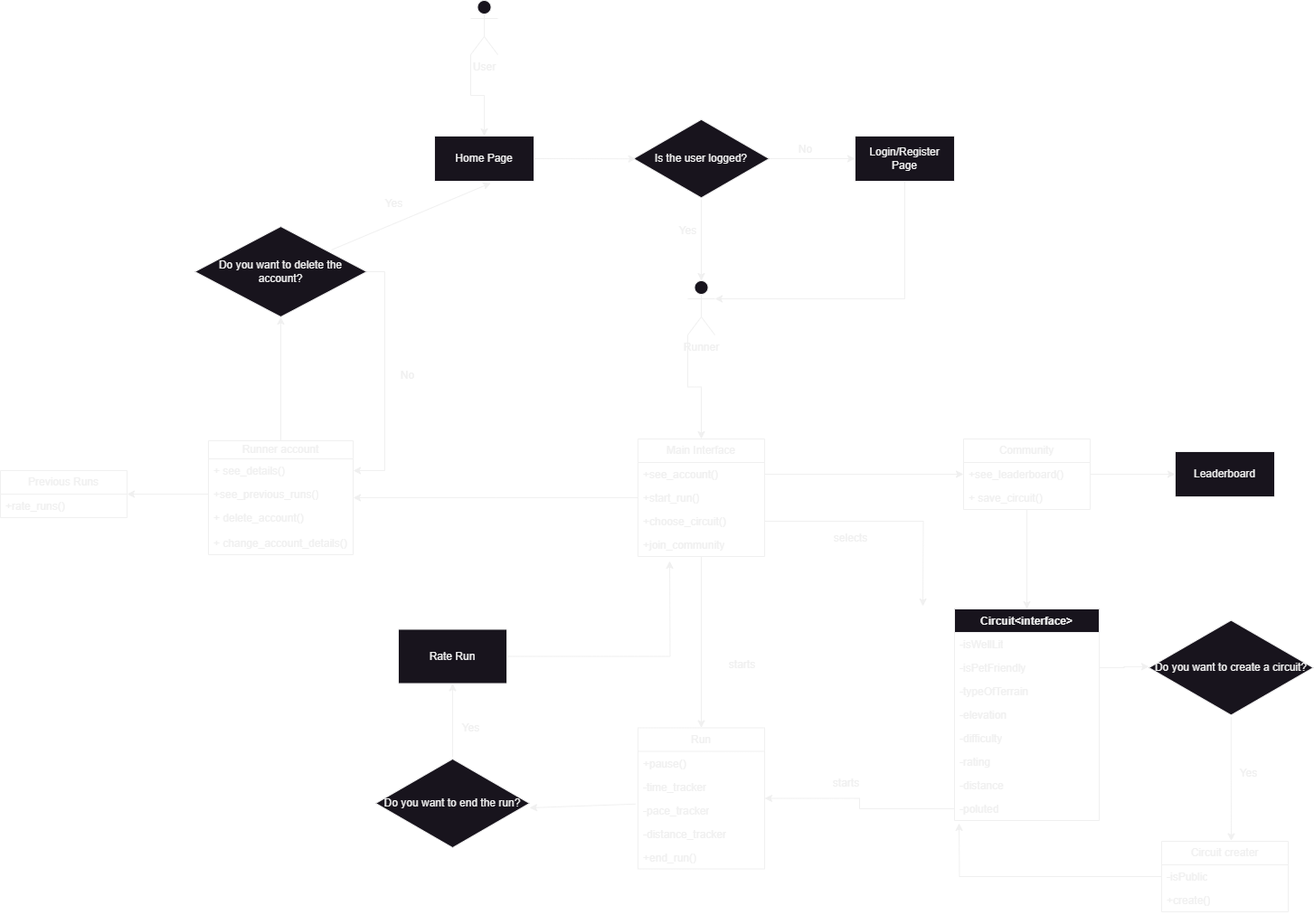
unibuc-cs/software-engineering-product-sprintify keeps this draw.io diagram as Diagrame/diagrama_UML.png. Above is the earlier version. Source tidied: cells renumbered, new cells last; positions are measured from the earlier drawing's top-left corner, leaving out a move shared by most shapes.
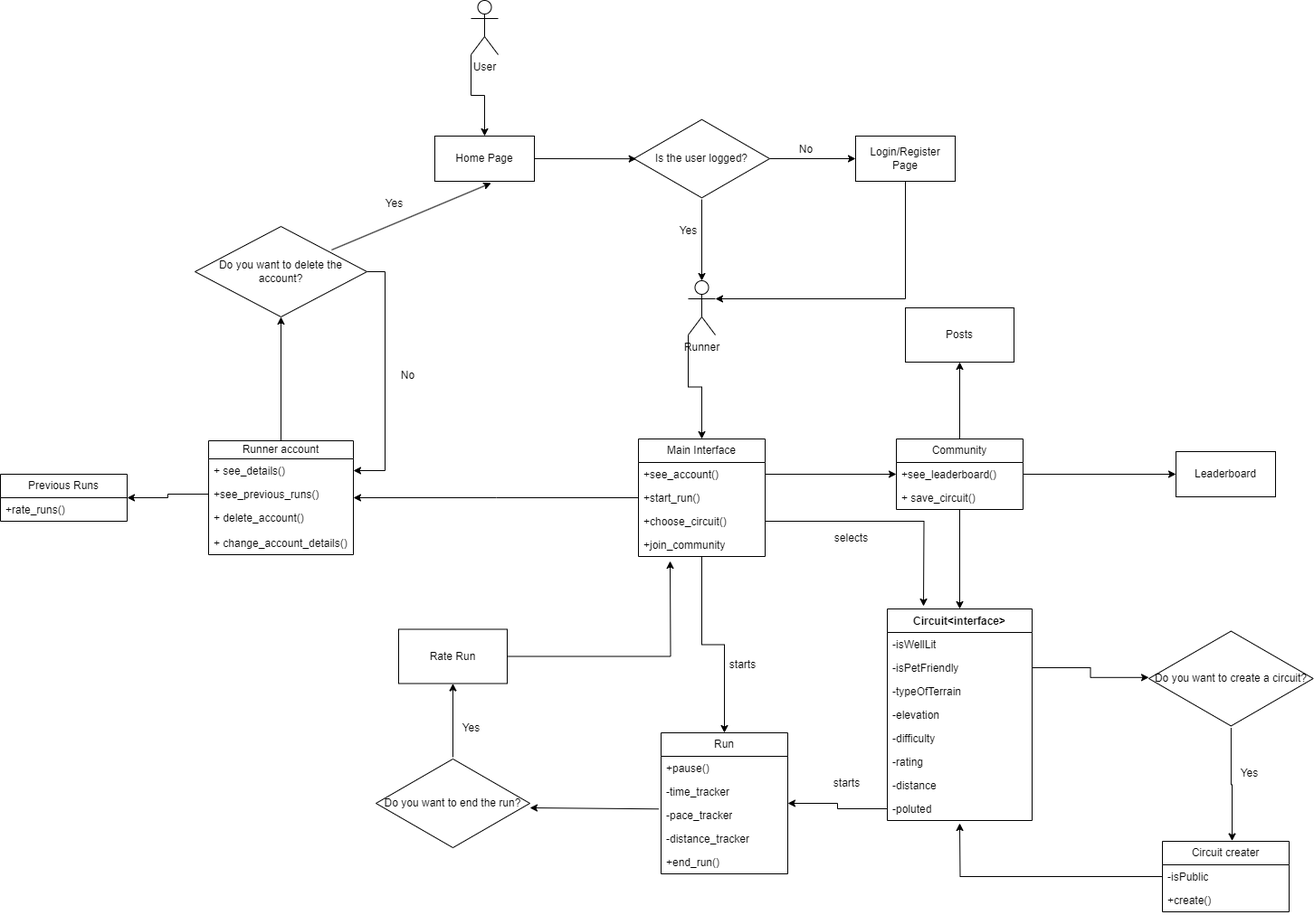
After the commit.

Diff of the diagram source:
```diff
@@ -82,7 +82,7 @@
       <mxGeometry y="104" width="140" height="26" as="geometry" />
     </mxCell>
     <mxCell id="27" value="Run" style="swimlane;fontStyle=0;horizontal=1;startSize=26;fillColor=none;whiteSpace=wrap;html=1;" parent="1" vertex="1">
-      <mxGeometry x="705" y="804.5" width="140" height="156" as="geometry" />
+      <mxGeometry x="730" y="810" width="140" height="156" as="geometry" />
     </mxCell>
     <mxCell id="28" value="+pause()" style="text;strokeColor=none;fillColor=none;align=left;verticalAlign=top;spacingLeft=4;spacingRight=4;overflow=hidden;whiteSpace=wrap;html=1;" parent="27" vertex="1">
       <mxGeometry y="26" width="140" height="26" as="geometry" />
@@ -100,7 +100,7 @@
       <mxGeometry y="130" width="140" height="26" as="geometry" />
     </mxCell>
     <mxCell id="33" value="Circuit&amp;lt;interface&amp;gt;" style="swimlane;fontStyle=1;align=center;verticalAlign=top;horizontal=1;startSize=26;whiteSpace=wrap;html=1;" parent="1" vertex="1">
-      <mxGeometry x="1055" y="673" width="160" height="234" as="geometry" />
+      <mxGeometry x="980" y="673" width="160" height="234" as="geometry" />
     </mxCell>
     <mxCell id="34" value="-isWellLit" style="text;strokeColor=none;fillColor=none;align=left;verticalAlign=top;spacingLeft=4;spacingRight=4;overflow=hidden;whiteSpace=wrap;html=1;" parent="33" vertex="1">
       <mxGeometry y="26" width="160" height="26" as="geometry" />
@@ -166,13 +166,13 @@
       <mxGeometry x="440" y="695.5" width="120" height="60" as="geometry" />
     </mxCell>
     <mxCell id="55" value="Previous Runs" style="swimlane;fontStyle=0;horizontal=1;startSize=26;fillColor=none;whiteSpace=wrap;html=1;" parent="1" vertex="1">
-      <mxGeometry y="520" width="140" height="52" as="geometry" />
+      <mxGeometry y="524" width="140" height="52" as="geometry" />
     </mxCell>
     <mxCell id="56" value="+rate_runs()" style="text;strokeColor=none;fillColor=none;align=left;verticalAlign=top;spacingLeft=4;spacingRight=4;overflow=hidden;whiteSpace=wrap;html=1;" parent="55" vertex="1">
       <mxGeometry y="26" width="140" height="26" as="geometry" />
     </mxCell>
     <mxCell id="57" value="Do you want to create a circuit?" style="html=1;whiteSpace=wrap;shape=isoRectangle;" parent="1" vertex="1">
-      <mxGeometry x="1270" y="683.5" width="181.7" height="109" as="geometry" />
+      <mxGeometry x="1269" y="695.5" width="181.7" height="109" as="geometry" />
     </mxCell>
     <mxCell id="58" style="edgeStyle=orthogonalEdgeStyle;rounded=0;jettySize=auto;html=1;" parent="1" edge="1" source="59">
       <mxGeometry relative="1" as="geometry">
@@ -194,8 +194,11 @@
     <mxCell id="63" style="edgeStyle=orthogonalEdgeStyle;rounded=0;jettySize=auto;html=1;entryX=0.5;entryY=0;entryDx=0;entryDy=0;" parent="1" edge="1" source="64" target="33">
       <mxGeometry relative="1" as="geometry" />
     </mxCell>
+    <mxCell id="77" style="edgeStyle=orthogonalEdgeStyle;rounded=0;jettySize=auto;html=1;" parent="1" edge="1" source="64" target="78">
+      <mxGeometry relative="1" as="geometry" />
+    </mxCell>
     <mxCell id="64" value="Community" style="swimlane;fontStyle=0;horizontal=1;startSize=26;fillColor=none;whiteSpace=wrap;html=1;" parent="1" vertex="1">
-      <mxGeometry x="1065" y="485" width="140" height="78" as="geometry" />
+      <mxGeometry x="990" y="485" width="140" height="78" as="geometry" />
     </mxCell>
     <mxCell id="65" value="+see_leaderboard()" style="text;strokeColor=none;fillColor=none;align=left;verticalAlign=top;spacingLeft=4;spacingRight=4;overflow=hidden;points=[[0,0.5],[1,0.5]];portConstraint=eastwest;whiteSpace=wrap;html=1;" parent="64" vertex="1">
       <mxGeometry y="26" width="140" height="26" as="geometry" />
@@ -235,5 +238,8 @@
     <mxCell id="76" style="edgeStyle=orthogonalEdgeStyle;rounded=0;jettySize=auto;html=1;exitX=0;exitY=0.5;exitDx=0;exitDy=0;entryX=1;entryY=0.5;entryDx=0;entryDy=0;" parent="1" edge="1" source="16" target="55">
       <mxGeometry relative="1" as="geometry" />
     </mxCell>
+    <mxCell id="78" value="Posts" style="rounded=0;whiteSpace=wrap;html=1;" parent="1" vertex="1">
+      <mxGeometry x="1000" y="340" width="120" height="60" as="geometry" />
+    </mxCell>
   </root>
 </mxGraphModel>
```
